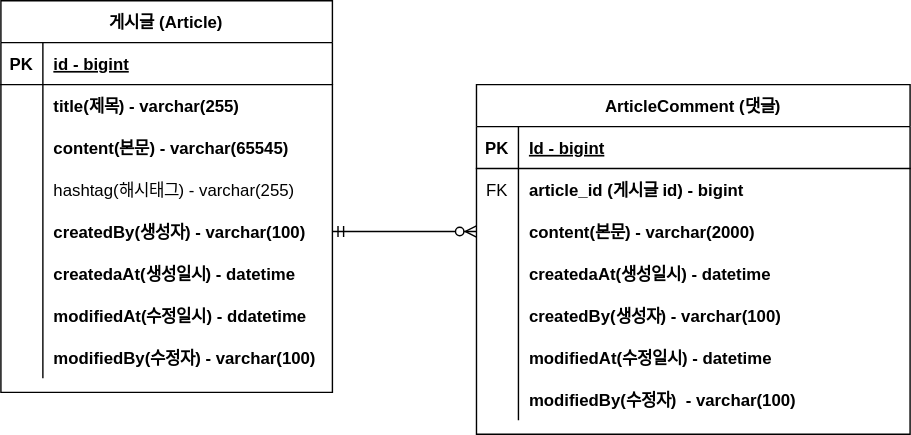
Above: document/project-board-erd.svg in wk0012345/board (draw.io), before the change. Source tidied: cells renumbered, new cells last; positions are measured from the earlier drawing's top-left corner, leaving out a move shared by most shapes.
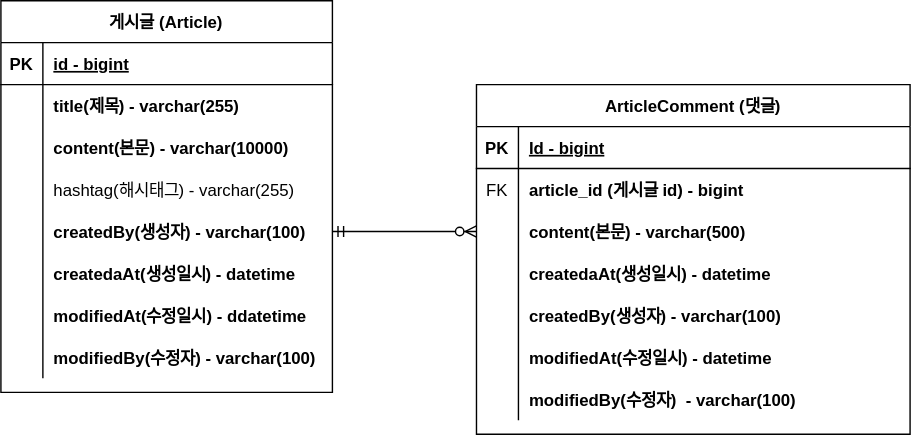
After the change.

Change to the diagram source:
```diff
@@ -29,7 +29,7 @@
     <mxCell id="10" style="shape=partialRectangle;fillColor=none;top=0;left=0;bottom=0;right=0;overflow=hidden;" parent="9" vertex="1">
       <mxGeometry width="30" height="30" as="geometry" />
     </mxCell>
-    <mxCell id="11" value="content(본문) - varchar(65545)" style="shape=partialRectangle;fillColor=none;top=0;left=0;bottom=0;right=0;align=left;spacingLeft=6;overflow=hidden;fontStyle=1;" parent="9" vertex="1">
+    <mxCell id="11" value="content(본문) - varchar(10000)" style="shape=partialRectangle;fillColor=none;top=0;left=0;bottom=0;right=0;align=left;spacingLeft=6;overflow=hidden;fontStyle=1;" parent="9" vertex="1">
       <mxGeometry x="30" width="207" height="30" as="geometry" />
     </mxCell>
     <mxCell id="12" style="shape=tableRow;horizontal=0;startSize=0;swimlaneHead=0;swimlaneBody=0;fillColor=none;top=0;left=0;right=0;bottom=0;" parent="2" vertex="1">
@@ -104,7 +104,7 @@
     <mxCell id="35" style="shape=partialRectangle;fillColor=none;top=0;left=0;bottom=0;right=0;overflow=hidden;" parent="34" vertex="1">
       <mxGeometry width="30" height="30" as="geometry" />
     </mxCell>
-    <mxCell id="36" value="content(본문) - varchar(2000)" style="shape=partialRectangle;fillColor=none;top=0;left=0;bottom=0;right=0;align=left;spacingLeft=6;overflow=hidden;fontStyle=1;" parent="34" vertex="1">
+    <mxCell id="36" value="content(본문) - varchar(500)" style="shape=partialRectangle;fillColor=none;top=0;left=0;bottom=0;right=0;align=left;spacingLeft=6;overflow=hidden;fontStyle=1;" parent="34" vertex="1">
       <mxGeometry x="30" width="280" height="30" as="geometry" />
     </mxCell>
     <mxCell id="37" style="shape=tableRow;horizontal=0;startSize=0;swimlaneHead=0;swimlaneBody=0;fillColor=none;top=0;left=0;right=0;bottom=0;" parent="27" vertex="1">
```
